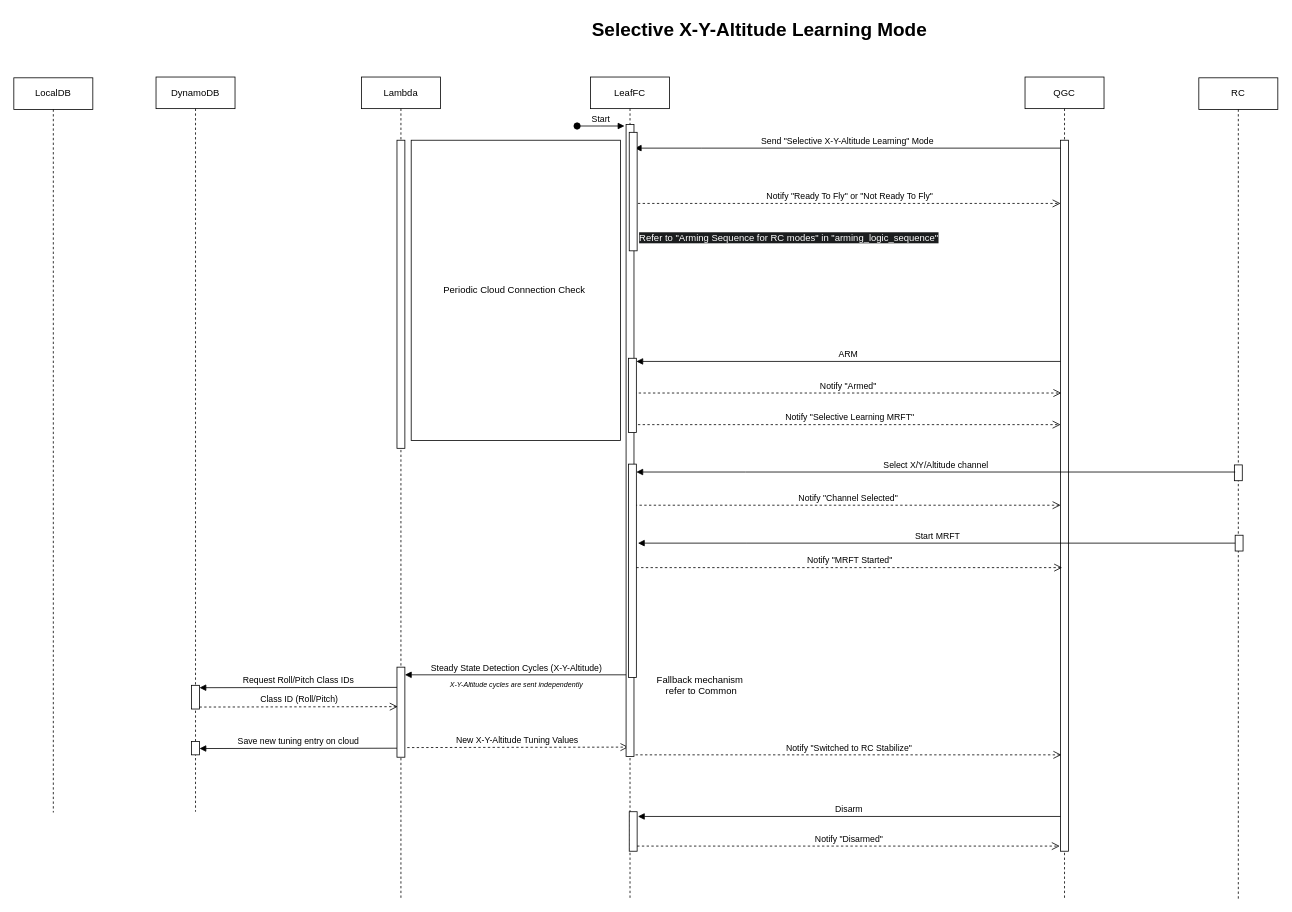
This is Guide/HEAR Software/Flight Modes/Modes Sequence Diagrams/X-Y-Altitude selective learning mode.drawio from DroneLeaf/HEAR_wiki, a draw.io file, before an edit. Source tidied: cells renumbered, new cells numbered last; positions are measured from the earlier drawing's top-left corner, leaving out a move shared by most shapes. Both pictures are drawn from the tidied source at 79%, with x=0, y=0 at pixel (13, 13).
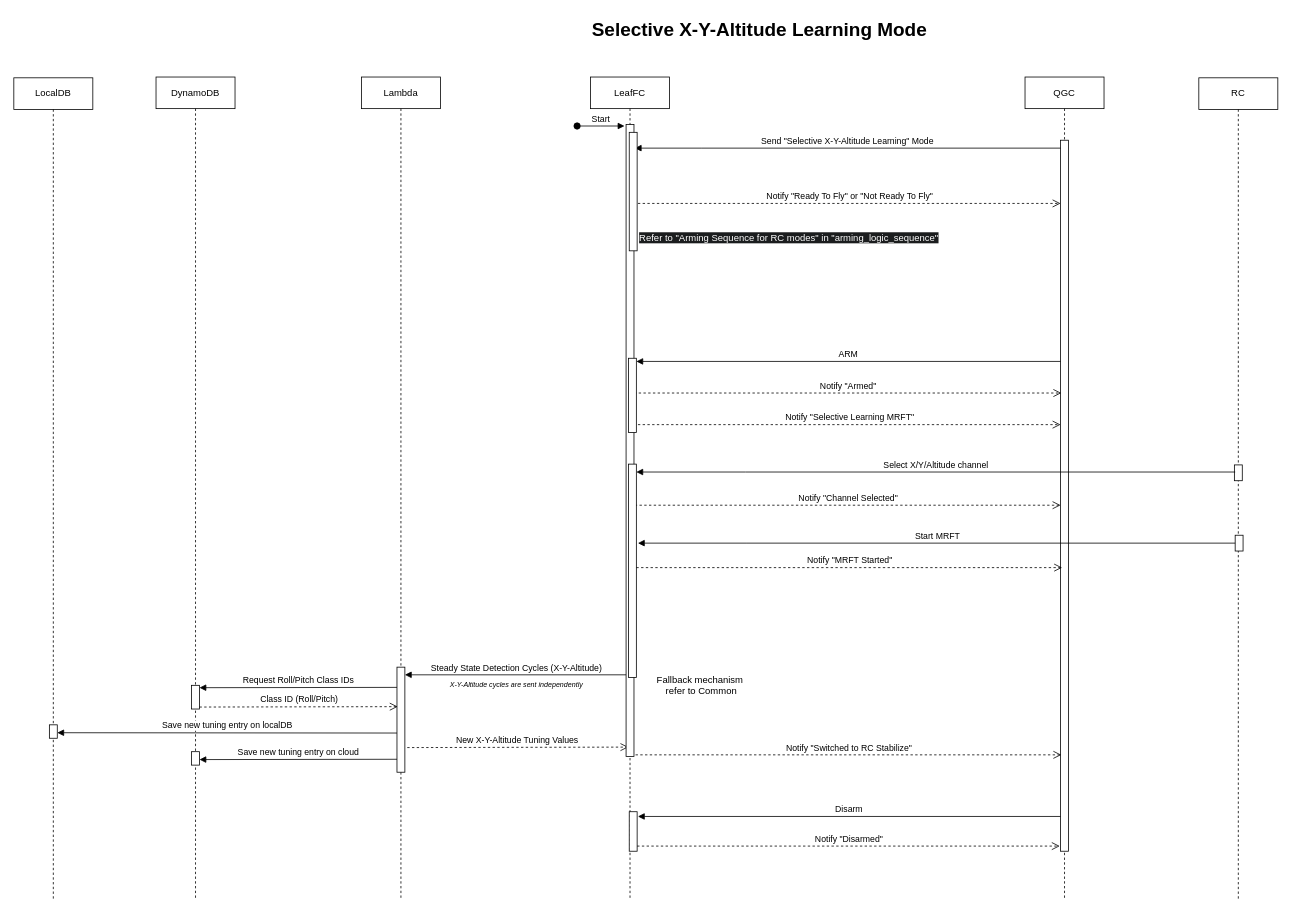
Above is the later version.

Commit message:
Removed periodic cloud healthcheck in X-Y-Altitude selective learning mode diagram and added localDB tuning save

The change refers to these unchanged cells:
```xml
<mxCell id="10" value="Lambda" style="shape=umlLifeline;perimeter=lifelinePerimeter;whiteSpace=wrap;html=1;newEdgeStyle={&quot;edgeStyle&quot;:&quot;elbowEdgeStyle&quot;,&quot;elbow&quot;:&quot;vertical&quot;,&quot;curved&quot;:0,&quot;rounded&quot;:0};" parent="1" vertex="1">
  <mxGeometry x="440" y="80" width="100" height="1040" as="geometry" />
</mxCell>
```

What changed in the source:
```diff
@@
     <mxCell id="11" style="html=1;perimeter=orthogonalPerimeter;targetShapes=umlLifeline;newEdgeStyle={&quot;edgeStyle&quot;:&quot;elbowEdgeStyle&quot;,&quot;elbow&quot;:&quot;vertical&quot;,&quot;curved&quot;:0,&quot;rounded&quot;:0};" parent="10" vertex="1">
-      <mxGeometry x="45" y="747" width="10" height="114" as="geometry" />
+      <mxGeometry x="45" y="747" width="10" height="133" as="geometry" />
     </mxCell>
@@
-    <mxCell id="13" style="html=1;perimeter=orthogonalPerimeter;targetShapes=umlLifeline;newEdgeStyle={&quot;edgeStyle&quot;:&quot;elbowEdgeStyle&quot;,&quot;elbow&quot;:&quot;vertical&quot;,&quot;curved&quot;:0,&quot;rounded&quot;:0};" parent="1" vertex="1">
-      <mxGeometry x="485" y="160" width="10" height="390" as="geometry" />
-    </mxCell>
     <mxCell id="14" value="&lt;div&gt;DynamoDB&lt;/div&gt;" style="shape=umlLifeline;perimeter=lifelinePerimeter;whiteSpace=wrap;html=1;newEdgeStyle={&quot;edgeStyle&quot;:&quot;elbowEdgeStyle&quot;,&quot;elbow&quot;:&quot;vertical&quot;,&quot;curved&quot;:0,&quot;rounded&quot;:0};" parent="1" vertex="1">
-      <mxGeometry x="180" y="80" width="100" height="930" as="geometry" />
+      <mxGeometry x="180" y="80" width="100" height="1040" as="geometry" />
     </mxCell>
@@
     <mxCell id="17" value="Save new tuning entry on cloud" style="html=1;verticalAlign=bottom;endArrow=block;edgeStyle=elbowEdgeStyle;elbow=vertical;curved=0;rounded=0;" parent="1" edge="1">
       <mxGeometry relative="1" as="geometry">
-        <mxPoint x="485" y="929.6" as="sourcePoint" />
-        <mxPoint x="235" y="929.5" as="targetPoint" />
+        <mxPoint x="485" y="943.6" as="sourcePoint" />
+        <mxPoint x="235" y="943.5" as="targetPoint" />
       </mxGeometry>
     </mxCell>
     <mxCell id="18" style="html=1;perimeter=orthogonalPerimeter;targetShapes=umlLifeline;newEdgeStyle={&quot;edgeStyle&quot;:&quot;elbowEdgeStyle&quot;,&quot;elbow&quot;:&quot;vertical&quot;,&quot;curved&quot;:0,&quot;rounded&quot;:0};" parent="1" vertex="1">
-      <mxGeometry x="225" y="921" width="10" height="17" as="geometry" />
+      <mxGeometry x="225" y="934" width="10" height="17" as="geometry" />
     </mxCell>
@@
-    <mxCell id="21" value="Periodic Cloud Connection Check&amp;nbsp;" style="rounded=0;whiteSpace=wrap;html=1;" parent="1" vertex="1">
-      <mxGeometry x="503" y="160" width="265" height="380" as="geometry" />
-    </mxCell>
@@
     <mxCell id="42" value="&lt;div&gt;LocalDB&lt;/div&gt;" style="shape=umlLifeline;perimeter=lifelinePerimeter;whiteSpace=wrap;html=1;newEdgeStyle={&quot;edgeStyle&quot;:&quot;elbowEdgeStyle&quot;,&quot;elbow&quot;:&quot;vertical&quot;,&quot;curved&quot;:0,&quot;rounded&quot;:0};" parent="1" vertex="1">
-      <mxGeometry y="81" width="100" height="930" as="geometry" />
+      <mxGeometry y="81" width="100" height="1039" as="geometry" />
     </mxCell>
+    <mxCell id="43" style="html=1;points=[];perimeter=orthogonalPerimeter;outlineConnect=0;targetShapes=umlLifeline;portConstraint=eastwest;newEdgeStyle={&quot;edgeStyle&quot;:&quot;elbowEdgeStyle&quot;,&quot;elbow&quot;:&quot;vertical&quot;,&quot;curved&quot;:0,&quot;rounded&quot;:0};" parent="42" vertex="1">
+      <mxGeometry x="45" y="819" width="10" height="17" as="geometry" />
+    </mxCell>
+    <mxCell id="44" value="Save new tuning entry on localDB" style="html=1;verticalAlign=bottom;endArrow=block;edgeStyle=elbowEdgeStyle;elbow=vertical;curved=0;rounded=0;" parent="1" edge="1" target="43">
+      <mxGeometry relative="1" as="geometry">
+        <mxPoint x="485" y="910.4" as="sourcePoint" />
+      </mxGeometry>
+    </mxCell>
```
